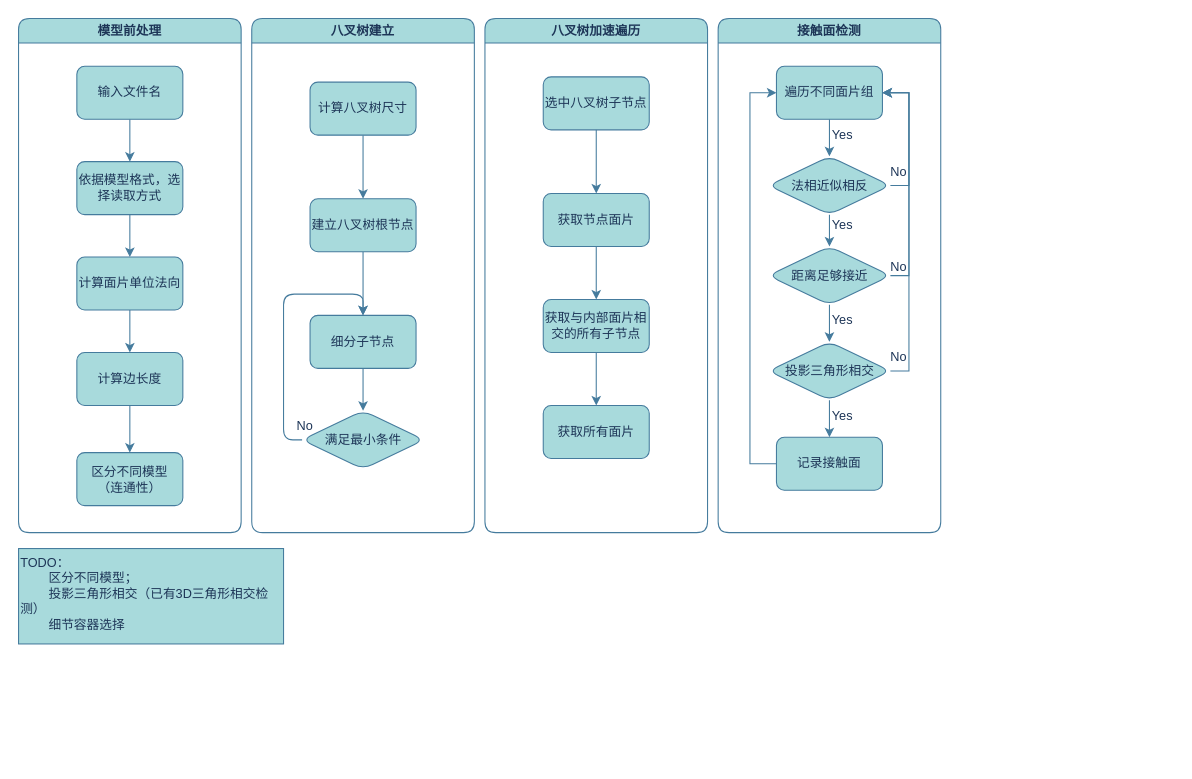
Before: OCTreeCheckWorkflow.drawio in WalkLater/workflow, a draw.io diagram. Source tidied: cells renumbered, new cells numbered last; positions are measured from the earlier drawing's top-left corner, leaving out a move shared by most shapes. Both pictures are drawn from the tidied source at 106%, with x=0, y=0 at pixel (18, 18).
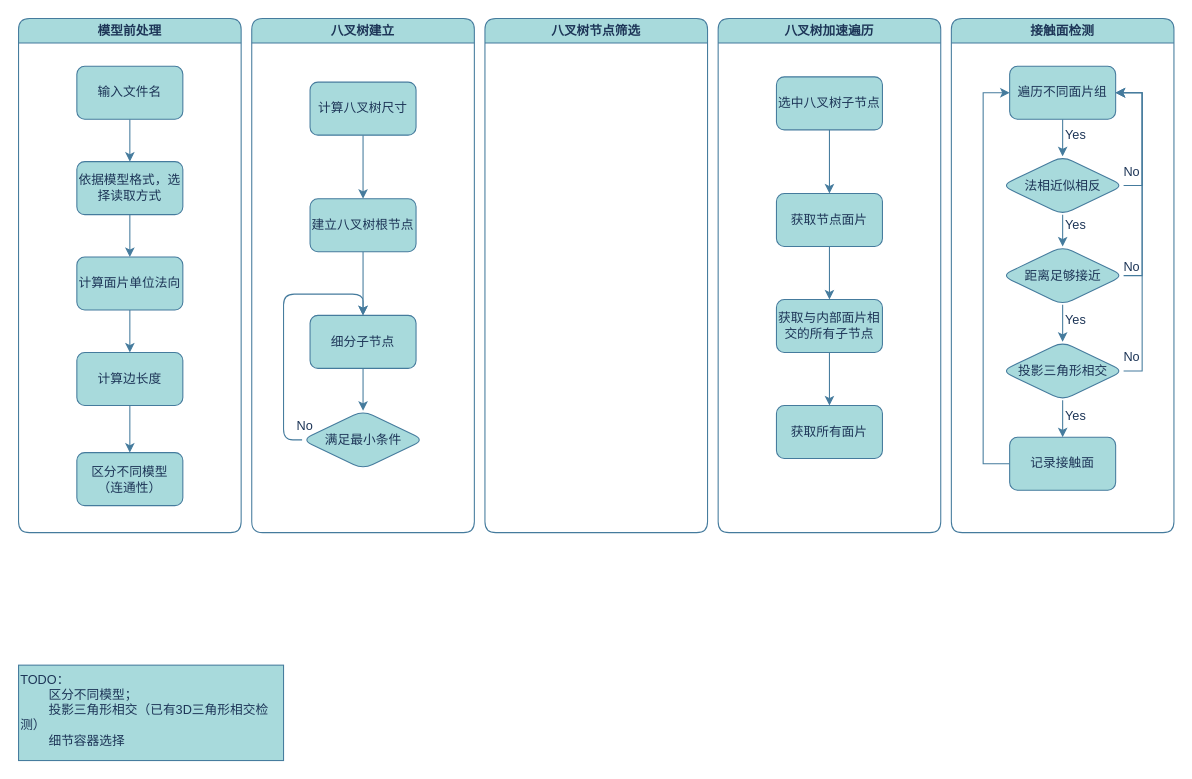
After the change.

Diff of the diagram source:
```diff
@@
     <mxCell id="22" value="八叉树加速遍历" style="swimlane;whiteSpace=wrap;html=1;rounded=1;labelBackgroundColor=none;fillColor=#A8DADC;strokeColor=#457B9D;fontColor=#1D3557;" parent="1" vertex="1">
-      <mxGeometry x="440" width="210" height="485" as="geometry" />
+      <mxGeometry x="660" width="210" height="485" as="geometry" />
     </mxCell>
@@
     <mxCell id="30" value="接触面检测" style="swimlane;whiteSpace=wrap;html=1;rounded=1;labelBackgroundColor=none;fillColor=#A8DADC;strokeColor=#457B9D;fontColor=#1D3557;" parent="1" vertex="1">
-      <mxGeometry x="660" width="210" height="485" as="geometry" />
+      <mxGeometry x="880" width="210" height="485" as="geometry" />
     </mxCell>
@@
     <mxCell id="51" value="TODO：&lt;div&gt;&lt;span style=&quot;white-space: pre;&quot;&gt;&#9;&lt;/span&gt;区分不同模型；&lt;br&gt;&lt;/div&gt;&lt;div&gt;&lt;span style=&quot;white-space: pre;&quot;&gt;&#9;&lt;/span&gt;投影三角形相交（已有3D三角形相交检测）&lt;br&gt;&lt;/div&gt;&lt;div&gt;&lt;span style=&quot;white-space: pre;&quot;&gt;&#9;&lt;/span&gt;细节容器选择&lt;br&gt;&lt;/div&gt;" style="rounded=0;whiteSpace=wrap;html=1;strokeColor=#457B9D;fontColor=#1D3557;fillColor=#A8DADC;align=left;verticalAlign=top;" parent="1" vertex="1">
-      <mxGeometry y="500" width="250" height="90" as="geometry" />
+      <mxGeometry y="610" width="250" height="90" as="geometry" />
     </mxCell>
+    <mxCell id="52" value="八叉树节点筛选" style="swimlane;whiteSpace=wrap;html=1;rounded=1;labelBackgroundColor=none;fillColor=#A8DADC;strokeColor=#457B9D;fontColor=#1D3557;" parent="1" vertex="1">
+      <mxGeometry x="440" width="210" height="485" as="geometry" />
+    </mxCell>
```
